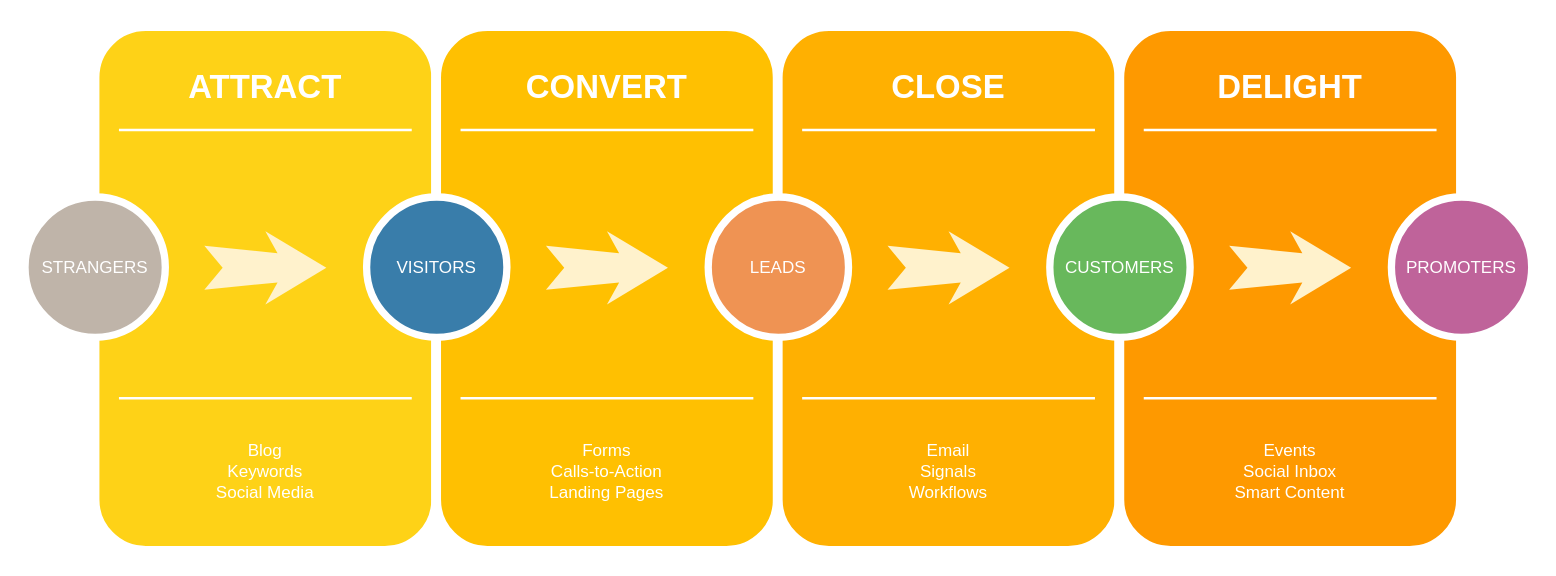
Before: assets/images/Diagramme sans nom.drawio in maelansecu/maelansecu.github.io, a draw.io diagram. Source tidied: cells renumbered, new cells numbered last; positions are measured from the earlier drawing's top-left corner, leaving out a move shared by most shapes. Both pictures are drawn from the tidied source at 122%, with x=0, y=0 at pixel (24, 26).
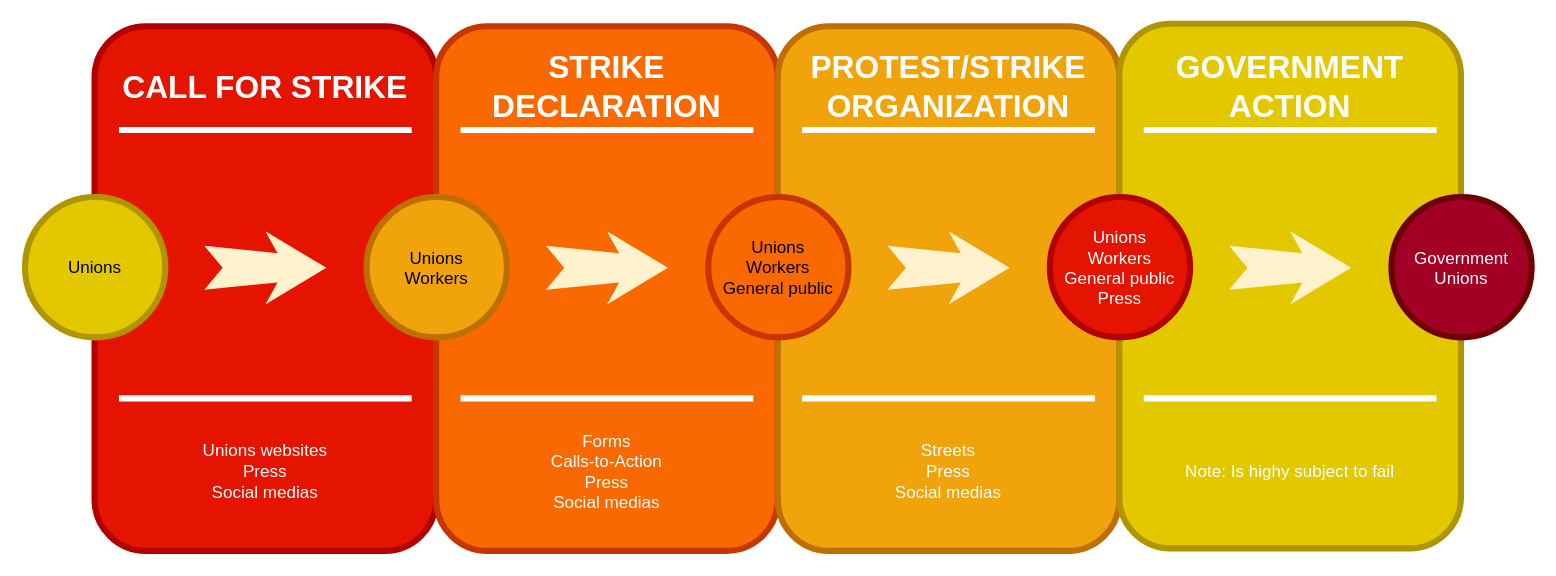
The same diagram, later.

Commit message:
Mettre à jour Diagramme sans nom.drawio

What changed in the source:
```diff
@@
-    <mxCell id="2" style="whiteSpace=wrap;html=1;rounded=1;shadow=0;strokeWidth=8;fontSize=20;align=center;fillColor=#FED217;strokeColor=#FFFFFF;" parent="1" vertex="1">
+    <mxCell id="2" style="whiteSpace=wrap;html=1;rounded=1;shadow=0;strokeWidth=5;fontSize=20;align=center;fillColor=#e51400;strokeColor=#B20000;fontColor=#ffffff;perimeterSpacing=0;gradientColor=none;labelBackgroundColor=none;labelBorderColor=none;spacingTop=0;fontFamily=Helvetica;" parent="1" vertex="1">
       <mxGeometry x="57" width="280" height="430" as="geometry" />
     </mxCell>
-    <mxCell id="3" value="ATTRACT" style="text;html=1;strokeColor=none;fillColor=none;align=center;verticalAlign=middle;whiteSpace=wrap;rounded=0;shadow=0;fontSize=27;fontColor=#FFFFFF;fontStyle=1;" parent="1" vertex="1">
+    <mxCell id="3" value="CALL FOR STRIKE" style="text;html=1;strokeColor=none;fillColor=none;align=center;verticalAlign=middle;whiteSpace=wrap;rounded=0;shadow=0;fontSize=26;fontColor=#FFFFFF;fontStyle=1;labelBorderColor=none;labelBackgroundColor=none;spacingTop=0;fontFamily=Helvetica;perimeterSpacing=0;strokeWidth=5;" parent="1" vertex="1">
       <mxGeometry x="57" y="20" width="280" height="60" as="geometry" />
     </mxCell>
-    <mxCell id="4" value="Blog&lt;div&gt;Keywords&lt;/div&gt;&lt;div&gt;Social Media&lt;/div&gt;" style="text;html=1;strokeColor=none;fillColor=none;align=center;verticalAlign=middle;whiteSpace=wrap;rounded=0;shadow=0;fontSize=14;fontColor=#FFFFFF;" parent="1" vertex="1">
+    <mxCell id="4" value="Unions websites&lt;br&gt;Press&lt;br&gt;&lt;div&gt;Social medias&lt;/div&gt;" style="text;html=1;strokeColor=none;fillColor=none;align=center;verticalAlign=middle;whiteSpace=wrap;rounded=0;shadow=0;fontSize=14;fontColor=#FFFFFF;labelBorderColor=none;labelBackgroundColor=none;spacingTop=0;fontFamily=Helvetica;perimeterSpacing=0;strokeWidth=5;" parent="1" vertex="1">
       <mxGeometry x="57" y="320" width="280" height="90" as="geometry" />
     </mxCell>
-    <mxCell id="5" style="line;strokeWidth=2;html=1;rounded=0;shadow=0;fontSize=27;align=center;fillColor=none;strokeColor=#FFFFFF;" parent="1" vertex="1">
+    <mxCell id="5" style="line;strokeWidth=5;html=1;rounded=0;shadow=0;fontSize=27;align=center;fillColor=none;strokeColor=#FFFFFF;labelBorderColor=none;labelBackgroundColor=none;spacingTop=0;fontFamily=Helvetica;perimeterSpacing=0;" parent="1" vertex="1">
       <mxGeometry x="77" y="80" width="240" height="10" as="geometry" />
     </mxCell>
-    <mxCell id="6" style="line;strokeWidth=2;html=1;rounded=0;shadow=0;fontSize=27;align=center;fillColor=none;strokeColor=#FFFFFF;" parent="1" vertex="1">
+    <mxCell id="6" style="line;strokeWidth=5;html=1;rounded=0;shadow=0;fontSize=27;align=center;fillColor=none;strokeColor=#FFFFFF;labelBorderColor=none;labelBackgroundColor=none;spacingTop=0;fontFamily=Helvetica;perimeterSpacing=0;" parent="1" vertex="1">
       <mxGeometry x="77" y="300" width="240" height="10" as="geometry" />
     </mxCell>
-    <mxCell id="7" value="STRANGERS" style="ellipse;whiteSpace=wrap;html=1;rounded=0;shadow=0;strokeWidth=6;fontSize=14;align=center;fillColor=#BFB4A9;strokeColor=#FFFFFF;fontColor=#FFFFFF;" parent="1" vertex="1">
+    <mxCell id="7" value="Unions" style="ellipse;whiteSpace=wrap;html=1;rounded=0;shadow=0;strokeWidth=5;fontSize=14;align=center;fillColor=#e3c800;strokeColor=#B09500;fontColor=#000000;labelBorderColor=none;labelBackgroundColor=none;spacingTop=0;fontFamily=Helvetica;perimeterSpacing=0;" parent="1" vertex="1">
       <mxGeometry y="140" width="115" height="115" as="geometry" />
     </mxCell>
-    <mxCell id="8" style="html=1;shadow=0;dashed=0;align=center;verticalAlign=middle;shape=mxgraph.arrows2.stylisedArrow;dy=0.6;dx=40;notch=15;feather=0.4;rounded=0;strokeWidth=1;fontSize=27;strokeColor=none;fillColor=#fff2cc;" parent="1" vertex="1">
+    <mxCell id="8" style="html=1;shadow=0;dashed=0;align=center;verticalAlign=middle;shape=mxgraph.arrows2.stylisedArrow;dy=0.6;dx=40;notch=15;feather=0.4;rounded=0;strokeWidth=5;fontSize=27;strokeColor=none;fillColor=#fff2cc;labelBorderColor=none;labelBackgroundColor=none;spacingTop=0;fontFamily=Helvetica;perimeterSpacing=0;" parent="1" vertex="1">
       <mxGeometry x="147" y="168" width="100" height="60" as="geometry" />
     </mxCell>
-    <mxCell id="9" style="whiteSpace=wrap;html=1;rounded=1;shadow=0;strokeWidth=8;fontSize=20;align=center;fillColor=#FFC001;strokeColor=#FFFFFF;" parent="1" vertex="1">
+    <mxCell id="9" style="whiteSpace=wrap;html=1;rounded=1;shadow=0;strokeWidth=5;fontSize=20;align=center;fillColor=#fa6800;strokeColor=#C73500;fontColor=#000000;gradientColor=none;labelBorderColor=none;labelBackgroundColor=none;spacingTop=0;fontFamily=Helvetica;perimeterSpacing=0;" parent="1" vertex="1">
       <mxGeometry x="337" width="280" height="430" as="geometry" />
     </mxCell>
-    <mxCell id="10" value="CONVERT" style="text;html=1;strokeColor=none;fillColor=none;align=center;verticalAlign=middle;whiteSpace=wrap;rounded=0;shadow=0;fontSize=27;fontColor=#FFFFFF;fontStyle=1;" parent="1" vertex="1">
+    <mxCell id="10" value="STRIKE DECLARATION" style="text;html=1;strokeColor=none;fillColor=none;align=center;verticalAlign=middle;whiteSpace=wrap;rounded=0;shadow=0;fontSize=26;fontColor=#FFFFFF;fontStyle=1;labelBorderColor=none;labelBackgroundColor=none;spacingTop=0;fontFamily=Helvetica;perimeterSpacing=0;strokeWidth=5;" parent="1" vertex="1">
       <mxGeometry x="337" y="20" width="280" height="60" as="geometry" />
     </mxCell>
-    <mxCell id="11" value="Forms&lt;div&gt;Calls-to-Action&lt;/div&gt;&lt;div&gt;Landing Pages&lt;/div&gt;" style="text;html=1;strokeColor=none;fillColor=none;align=center;verticalAlign=middle;whiteSpace=wrap;rounded=0;shadow=0;fontSize=14;fontColor=#FFFFFF;" parent="1" vertex="1">
+    <mxCell id="11" value="Forms&lt;div&gt;Calls-to-Action&lt;/div&gt;&lt;div&gt;Press&lt;/div&gt;&lt;div&gt;Social medias&lt;/div&gt;" style="text;html=1;strokeColor=none;fillColor=none;align=center;verticalAlign=middle;whiteSpace=wrap;rounded=0;shadow=0;fontSize=14;fontColor=#FFFFFF;labelBorderColor=none;labelBackgroundColor=none;spacingTop=0;fontFamily=Helvetica;perimeterSpacing=0;strokeWidth=5;" parent="1" vertex="1">
       <mxGeometry x="337" y="320" width="280" height="90" as="geometry" />
     </mxCell>
-    <mxCell id="12" style="line;strokeWidth=2;html=1;rounded=0;shadow=0;fontSize=27;align=center;fillColor=none;strokeColor=#FFFFFF;" parent="1" vertex="1">
+    <mxCell id="12" style="line;strokeWidth=5;html=1;rounded=0;shadow=0;fontSize=27;align=center;fillColor=none;strokeColor=#FFFFFF;labelBorderColor=none;labelBackgroundColor=none;spacingTop=0;fontFamily=Helvetica;perimeterSpacing=0;" parent="1" vertex="1">
       <mxGeometry x="357" y="80" width="240" height="10" as="geometry" />
     </mxCell>
-    <mxCell id="13" style="line;strokeWidth=2;html=1;rounded=0;shadow=0;fontSize=27;align=center;fillColor=none;strokeColor=#FFFFFF;" parent="1" vertex="1">
+    <mxCell id="13" style="line;strokeWidth=5;html=1;rounded=0;shadow=0;fontSize=27;align=center;fillColor=none;strokeColor=#FFFFFF;labelBorderColor=none;labelBackgroundColor=none;spacingTop=0;fontFamily=Helvetica;perimeterSpacing=0;" parent="1" vertex="1">
       <mxGeometry x="357" y="300" width="240" height="10" as="geometry" />
     </mxCell>
-    <mxCell id="14" value="VISITORS" style="ellipse;whiteSpace=wrap;html=1;rounded=0;shadow=0;strokeWidth=6;fontSize=14;align=center;fillColor=#397DAA;strokeColor=#FFFFFF;fontColor=#FFFFFF;" parent="1" vertex="1">
+    <mxCell id="14" value="Unions&lt;br&gt;Workers" style="ellipse;whiteSpace=wrap;html=1;rounded=0;shadow=0;strokeWidth=5;fontSize=14;align=center;fillColor=#f0a30a;strokeColor=#BD7000;fontColor=#000000;labelBorderColor=none;labelBackgroundColor=none;spacingTop=0;fontFamily=Helvetica;perimeterSpacing=0;" parent="1" vertex="1">
       <mxGeometry x="280" y="140" width="115" height="115" as="geometry" />
     </mxCell>
-    <mxCell id="15" style="html=1;shadow=0;dashed=0;align=center;verticalAlign=middle;shape=mxgraph.arrows2.stylisedArrow;dy=0.6;dx=40;notch=15;feather=0.4;rounded=0;strokeWidth=1;fontSize=27;strokeColor=none;fillColor=#fff2cc;" parent="1" vertex="1">
+    <mxCell id="15" style="html=1;shadow=0;dashed=0;align=center;verticalAlign=middle;shape=mxgraph.arrows2.stylisedArrow;dy=0.6;dx=40;notch=15;feather=0.4;rounded=0;strokeWidth=5;fontSize=27;strokeColor=none;fillColor=#fff2cc;labelBorderColor=none;labelBackgroundColor=none;spacingTop=0;fontFamily=Helvetica;perimeterSpacing=0;" parent="1" vertex="1">
       <mxGeometry x="427" y="168" width="100" height="60" as="geometry" />
     </mxCell>
-    <mxCell id="16" style="whiteSpace=wrap;html=1;rounded=1;shadow=0;strokeWidth=8;fontSize=20;align=center;fillColor=#FFB001;strokeColor=#FFFFFF;" parent="1" vertex="1">
+    <mxCell id="16" style="whiteSpace=wrap;html=1;rounded=1;shadow=0;strokeWidth=5;fontSize=20;align=center;fillColor=#f0a30a;strokeColor=#BD7000;fontColor=#000000;gradientColor=none;labelBorderColor=none;labelBackgroundColor=none;spacingTop=0;fontFamily=Helvetica;perimeterSpacing=0;" parent="1" vertex="1">
       <mxGeometry x="617" width="280" height="430" as="geometry" />
     </mxCell>
-    <mxCell id="17" value="CLOSE" style="text;html=1;strokeColor=none;fillColor=none;align=center;verticalAlign=middle;whiteSpace=wrap;rounded=0;shadow=0;fontSize=27;fontColor=#FFFFFF;fontStyle=1;" parent="1" vertex="1">
+    <mxCell id="17" value="PROTEST/STRIKE ORGANIZATION" style="text;html=1;strokeColor=none;fillColor=none;align=center;verticalAlign=middle;whiteSpace=wrap;rounded=0;shadow=0;fontSize=26;fontColor=#FFFFFF;fontStyle=1;labelBorderColor=none;labelBackgroundColor=none;spacingTop=0;fontFamily=Helvetica;perimeterSpacing=0;strokeWidth=5;" parent="1" vertex="1">
       <mxGeometry x="617" y="20" width="280" height="60" as="geometry" />
     </mxCell>
-    <mxCell id="18" value="Email&lt;div&gt;Signals&lt;/div&gt;&lt;div&gt;Workflows&lt;/div&gt;" style="text;html=1;strokeColor=none;fillColor=none;align=center;verticalAlign=middle;whiteSpace=wrap;rounded=0;shadow=0;fontSize=14;fontColor=#FFFFFF;" parent="1" vertex="1">
+    <mxCell id="18" value="Streets&lt;br&gt;Press&lt;br&gt;Social medias" style="text;html=1;strokeColor=none;fillColor=none;align=center;verticalAlign=middle;whiteSpace=wrap;rounded=0;shadow=0;fontSize=14;fontColor=#FFFFFF;labelBorderColor=none;labelBackgroundColor=none;spacingTop=0;fontFamily=Helvetica;perimeterSpacing=0;strokeWidth=5;" parent="1" vertex="1">
       <mxGeometry x="617" y="320" width="280" height="90" as="geometry" />
     </mxCell>
-    <mxCell id="19" style="line;strokeWidth=2;html=1;rounded=0;shadow=0;fontSize=27;align=center;fillColor=none;strokeColor=#FFFFFF;" parent="1" vertex="1">
+    <mxCell id="19" style="line;strokeWidth=5;html=1;rounded=0;shadow=0;fontSize=27;align=center;fillColor=none;strokeColor=#FFFFFF;labelBorderColor=none;labelBackgroundColor=none;spacingTop=0;fontFamily=Helvetica;perimeterSpacing=0;" parent="1" vertex="1">
       <mxGeometry x="637" y="80" width="240" height="10" as="geometry" />
     </mxCell>
-    <mxCell id="20" style="line;strokeWidth=2;html=1;rounded=0;shadow=0;fontSize=27;align=center;fillColor=none;strokeColor=#FFFFFF;" parent="1" vertex="1">
+    <mxCell id="20" style="line;strokeWidth=5;html=1;rounded=0;shadow=0;fontSize=27;align=center;fillColor=none;strokeColor=#FFFFFF;labelBorderColor=none;labelBackgroundColor=none;spacingTop=0;fontFamily=Helvetica;perimeterSpacing=0;" parent="1" vertex="1">
       <mxGeometry x="637" y="300" width="240" height="10" as="geometry" />
     </mxCell>
-    <mxCell id="21" value="LEADS" style="ellipse;whiteSpace=wrap;html=1;rounded=0;shadow=0;strokeWidth=6;fontSize=14;align=center;fillColor=#EF9353;strokeColor=#FFFFFF;fontColor=#FFFFFF;" parent="1" vertex="1">
+    <mxCell id="21" value="Unions&lt;br&gt;Workers&lt;br&gt;General public" style="ellipse;whiteSpace=wrap;html=1;rounded=0;shadow=0;strokeWidth=5;fontSize=14;align=center;fillColor=#fa6800;strokeColor=#C73500;fontColor=#000000;labelBorderColor=none;labelBackgroundColor=none;spacingTop=0;fontFamily=Helvetica;perimeterSpacing=0;" parent="1" vertex="1">
       <mxGeometry x="560" y="140" width="115" height="115" as="geometry" />
     </mxCell>
-    <mxCell id="22" style="html=1;shadow=0;dashed=0;align=center;verticalAlign=middle;shape=mxgraph.arrows2.stylisedArrow;dy=0.6;dx=40;notch=15;feather=0.4;rounded=0;strokeWidth=1;fontSize=27;strokeColor=none;fillColor=#fff2cc;" parent="1" vertex="1">
+    <mxCell id="22" style="html=1;shadow=0;dashed=0;align=center;verticalAlign=middle;shape=mxgraph.arrows2.stylisedArrow;dy=0.6;dx=40;notch=15;feather=0.4;rounded=0;strokeWidth=5;fontSize=27;strokeColor=none;fillColor=#fff2cc;labelBorderColor=none;labelBackgroundColor=none;spacingTop=0;fontFamily=Helvetica;perimeterSpacing=0;" parent="1" vertex="1">
       <mxGeometry x="707" y="168" width="100" height="60" as="geometry" />
     </mxCell>
-    <mxCell id="23" style="whiteSpace=wrap;html=1;rounded=1;shadow=0;strokeWidth=8;fontSize=20;align=center;fillColor=#FE9900;strokeColor=#FFFFFF;" parent="1" vertex="1">
-      <mxGeometry x="897" width="280" height="430" as="geometry" />
+    <mxCell id="23" style="whiteSpace=wrap;html=1;rounded=1;shadow=0;strokeWidth=5;fontSize=20;align=center;fillColor=#e3c800;strokeColor=#B09500;fontColor=#000000;gradientColor=none;gradientDirection=east;labelBorderColor=none;labelBackgroundColor=none;spacingTop=0;fontFamily=Helvetica;perimeterSpacing=0;" parent="1" vertex="1">
+      <mxGeometry x="897" y="-2" width="280" height="430" as="geometry" />
     </mxCell>
-    <mxCell id="24" value="DELIGHT" style="text;html=1;strokeColor=none;fillColor=none;align=center;verticalAlign=middle;whiteSpace=wrap;rounded=0;shadow=0;fontSize=27;fontColor=#FFFFFF;fontStyle=1;" parent="1" vertex="1">
+    <mxCell id="24" value="GOVERNMENT ACTION" style="text;html=1;strokeColor=none;fillColor=none;align=center;verticalAlign=middle;whiteSpace=wrap;rounded=0;shadow=0;fontSize=26;fontColor=#FFFFFF;fontStyle=1;labelBorderColor=none;labelBackgroundColor=none;spacingTop=0;fontFamily=Helvetica;perimeterSpacing=0;strokeWidth=5;" parent="1" vertex="1">
       <mxGeometry x="897" y="20" width="280" height="60" as="geometry" />
     </mxCell>
-    <mxCell id="25" value="Events&lt;div&gt;Social Inbox&lt;/div&gt;&lt;div&gt;Smart Content&lt;/div&gt;" style="text;html=1;strokeColor=none;fillColor=none;align=center;verticalAlign=middle;whiteSpace=wrap;rounded=0;shadow=0;fontSize=14;fontColor=#FFFFFF;" parent="1" vertex="1">
+    <mxCell id="25" value="Note: Is highy subject to fail" style="text;html=1;strokeColor=none;fillColor=none;align=center;verticalAlign=middle;whiteSpace=wrap;rounded=0;shadow=0;fontSize=14;fontColor=#FFFFFF;labelBorderColor=none;labelBackgroundColor=none;spacingTop=0;fontFamily=Helvetica;perimeterSpacing=0;strokeWidth=5;" parent="1" vertex="1">
       <mxGeometry x="897" y="320" width="280" height="90" as="geometry" />
     </mxCell>
-    <mxCell id="26" style="line;strokeWidth=2;html=1;rounded=0;shadow=0;fontSize=27;align=center;fillColor=none;strokeColor=#FFFFFF;" parent="1" vertex="1">
+    <mxCell id="26" style="line;strokeWidth=5;html=1;rounded=0;shadow=0;fontSize=27;align=center;fillColor=none;strokeColor=#FFFFFF;labelBorderColor=none;labelBackgroundColor=none;spacingTop=0;fontFamily=Helvetica;perimeterSpacing=0;" parent="1" vertex="1">
       <mxGeometry x="917" y="80" width="240" height="10" as="geometry" />
     </mxCell>
-    <mxCell id="27" style="line;strokeWidth=2;html=1;rounded=0;shadow=0;fontSize=27;align=center;fillColor=none;strokeColor=#FFFFFF;" parent="1" vertex="1">
+    <mxCell id="27" style="line;strokeWidth=5;html=1;rounded=0;shadow=0;fontSize=27;align=center;fillColor=none;strokeColor=#FFFFFF;labelBorderColor=none;labelBackgroundColor=none;spacingTop=0;fontFamily=Helvetica;perimeterSpacing=0;" parent="1" vertex="1">
       <mxGeometry x="917" y="300" width="240" height="10" as="geometry" />
     </mxCell>
-    <mxCell id="28" value="CUSTOMERS" style="ellipse;whiteSpace=wrap;html=1;rounded=0;shadow=0;strokeWidth=6;fontSize=14;align=center;fillColor=#68B85C;strokeColor=#FFFFFF;fontColor=#FFFFFF;" parent="1" vertex="1">
+    <mxCell id="28" value="Unions&lt;br&gt;Workers&lt;br&gt;General public&lt;br&gt;Press" style="ellipse;whiteSpace=wrap;html=1;rounded=0;shadow=0;strokeWidth=5;fontSize=14;align=center;fillColor=#e51400;strokeColor=#B20000;fontColor=#ffffff;labelBorderColor=none;labelBackgroundColor=none;spacingTop=0;fontFamily=Helvetica;perimeterSpacing=0;" parent="1" vertex="1">
       <mxGeometry x="840" y="140" width="115" height="115" as="geometry" />
     </mxCell>
-    <mxCell id="29" style="html=1;shadow=0;dashed=0;align=center;verticalAlign=middle;shape=mxgraph.arrows2.stylisedArrow;dy=0.6;dx=40;notch=15;feather=0.4;rounded=0;strokeWidth=1;fontSize=27;strokeColor=none;fillColor=#fff2cc;" parent="1" vertex="1">
+    <mxCell id="29" style="html=1;shadow=0;dashed=0;align=center;verticalAlign=middle;shape=mxgraph.arrows2.stylisedArrow;dy=0.6;dx=40;notch=15;feather=0.4;rounded=0;strokeWidth=5;fontSize=27;strokeColor=none;fillColor=#fff2cc;labelBorderColor=none;labelBackgroundColor=none;spacingTop=0;fontFamily=Helvetica;perimeterSpacing=0;" parent="1" vertex="1">
       <mxGeometry x="987" y="168" width="100" height="60" as="geometry" />
     </mxCell>
-    <mxCell id="30" value="PROMOTERS" style="ellipse;whiteSpace=wrap;html=1;rounded=0;shadow=0;strokeWidth=6;fontSize=14;align=center;fillColor=#BF639A;strokeColor=#FFFFFF;fontColor=#FFFFFF;" parent="1" vertex="1">
+    <mxCell id="30" value="Government&lt;br&gt;Unions" style="ellipse;whiteSpace=wrap;html=1;rounded=0;shadow=0;strokeWidth=5;fontSize=14;align=center;fillColor=#a20025;strokeColor=#6F0000;fontColor=#ffffff;labelBorderColor=none;labelBackgroundColor=none;spacingTop=0;fontFamily=Helvetica;perimeterSpacing=0;" parent="1" vertex="1">
       <mxGeometry x="1120" y="140" width="115" height="115" as="geometry" />
     </mxCell>
```
